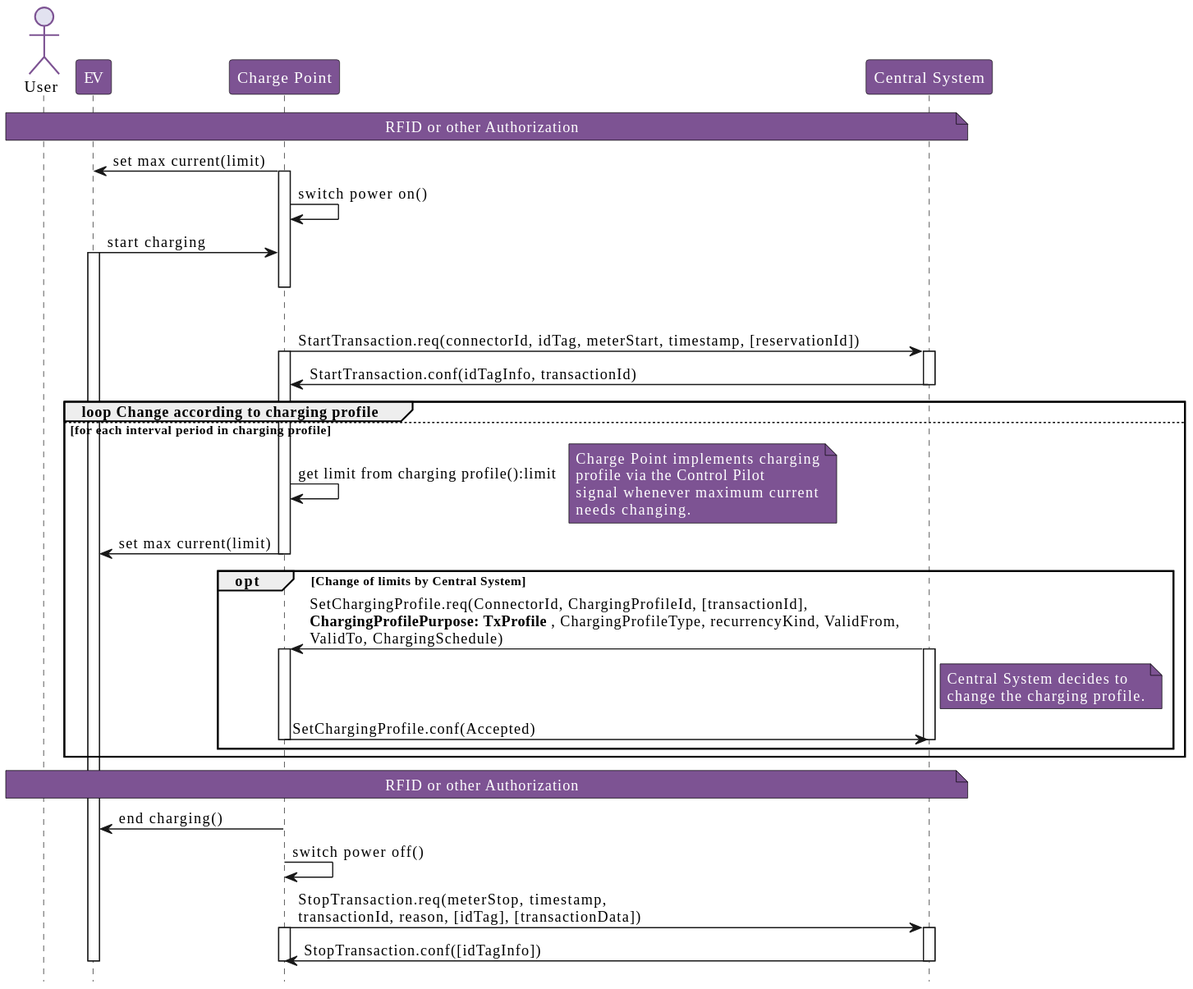
phoi5675/ocpp-markdown keeps this PlantUML diagram as OCPP_1.6/images/figure_8.svg. Above is the earlier version.
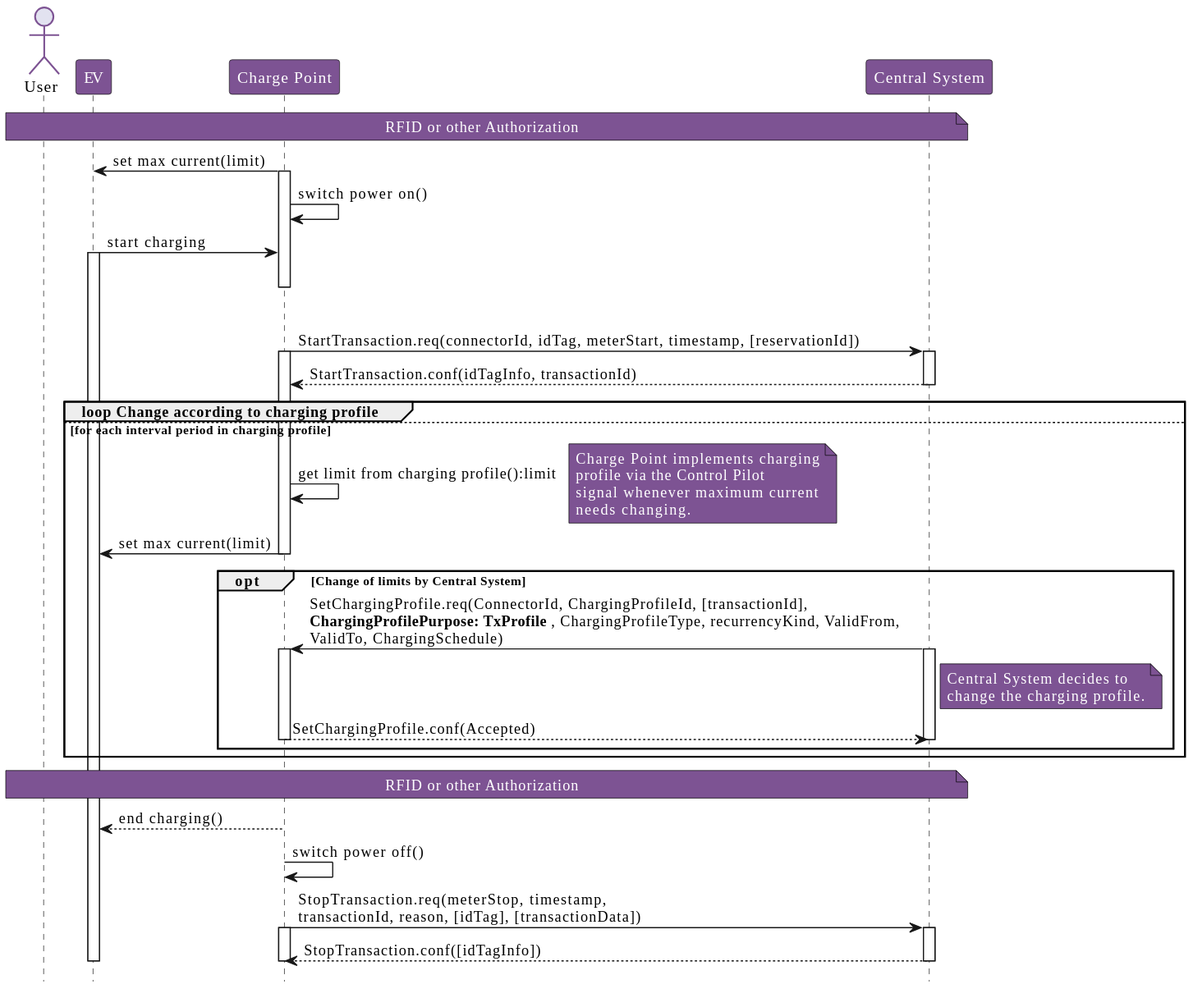
Above is the later version.

Diff of the diagram source:
```diff
@@ -25,7 +25,7 @@
 activate ChargePoint
 
 activate CentralSystem
-CentralSystem -> ChargePoint : StartTransaction.conf(idTagInfo, transactionId)
+CentralSystem --> ChargePoint : StartTransaction.conf(idTagInfo, transactionId)
 deactivate CentralSystem
 
 group loop Change according to charging profile
@@ -52,7 +52,7 @@
       change the charging profile.
     end note
 
-    ChargePoint -> CentralSystem : SetChargingProfile.conf(Accepted)
+    ChargePoint --> CentralSystem : SetChargingProfile.conf(Accepted)
     deactivate ChargePoint
     deactivate CentralSystem
   end
@@ -62,7 +62,7 @@
   RFID or other Authorization
 end note
 
-ChargePoint -> EV : end charging()
+ChargePoint --> EV : end charging()
 
 ChargePoint -> ChargePoint : switch power off()
 
@@ -70,7 +70,7 @@
 activate ChargePoint
 activate CentralSystem
 
-CentralSystem -> ChargePoint : StopTransaction.conf([idTagInfo])
+CentralSystem --> ChargePoint : StopTransaction.conf([idTagInfo])
 deactivate CentralSystem
 deactivate ChargePoint
 deactivate EV
```
